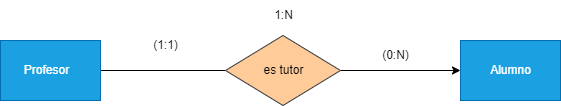
The draw.io diagram Tareas/Unidad1/Images/ejercicio1.1.drawio.png in WhiteCascade/BAE, before a commit. Source tidied: cells renumbered, new cells last; positions are measured from the earlier drawing's top-left corner, leaving out a move shared by most shapes.
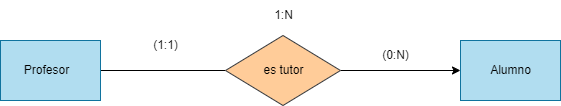
After the commit.

Change to the diagram source:
```diff
@@ -5,10 +5,10 @@
     <mxCell id="2" style="edgeStyle=none;html=1;exitX=1;exitY=0.5;exitDx=0;exitDy=0;endArrow=none;endFill=0;" parent="1" edge="1" source="3" target="6">
       <mxGeometry relative="1" as="geometry" />
     </mxCell>
-    <mxCell id="3" value="Profesor&lt;span style=&quot;white-space: pre;&quot;&gt;&#9;&lt;/span&gt;" style="html=1;dashed=0;whitespace=wrap;fillColor=#1ba1e2;strokeColor=#006EAF;fontColor=#ffffff;" parent="1" vertex="1">
+    <mxCell id="3" value="Profesor&lt;span style=&quot;white-space: pre;&quot;&gt;&#9;&lt;/span&gt;" style="html=1;dashed=0;whitespace=wrap;fillColor=#b1ddf0;strokeColor=#10739e;" parent="1" vertex="1">
       <mxGeometry y="40" width="100" height="60" as="geometry" />
     </mxCell>
-    <mxCell id="4" value="Alumno" style="html=1;dashed=0;whitespace=wrap;fillColor=#1ba1e2;strokeColor=#006EAF;fontColor=#ffffff;" parent="1" vertex="1">
+    <mxCell id="4" value="Alumno" style="html=1;dashed=0;whitespace=wrap;fillColor=#b1ddf0;strokeColor=#10739e;" parent="1" vertex="1">
       <mxGeometry x="460" y="40" width="100" height="60" as="geometry" />
     </mxCell>
     <mxCell id="5" style="edgeStyle=none;html=1;endArrow=classic;endFill=1;" parent="1" edge="1" source="6" target="4">
```
